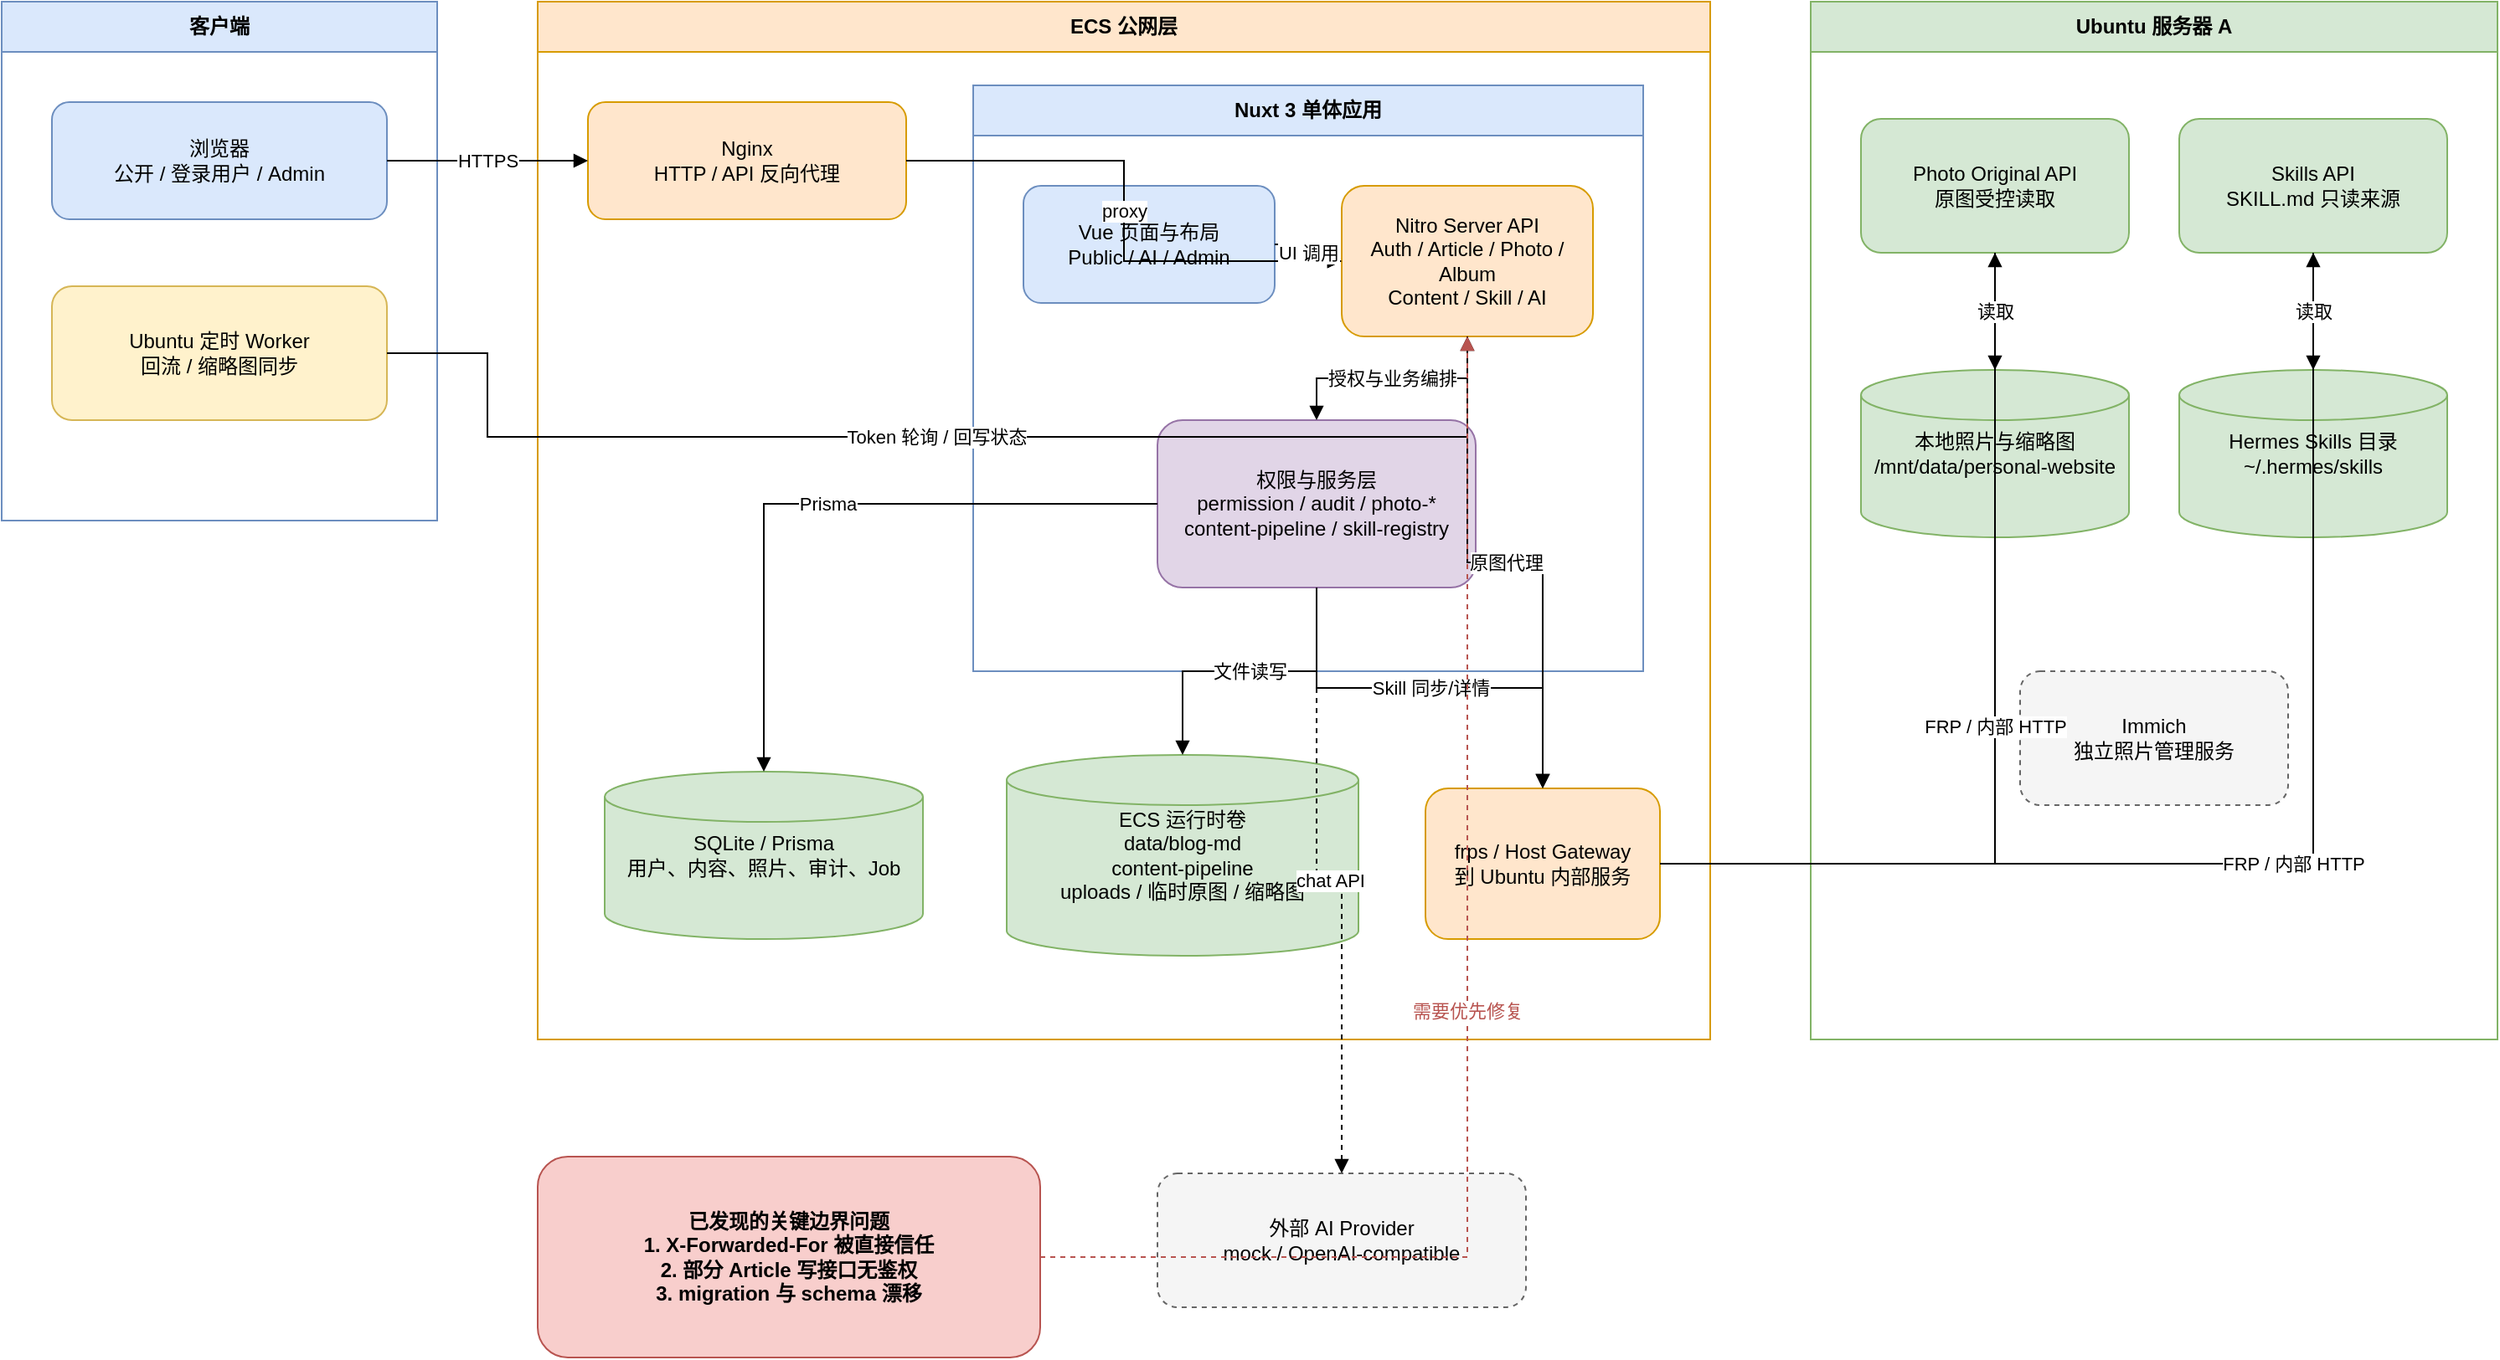
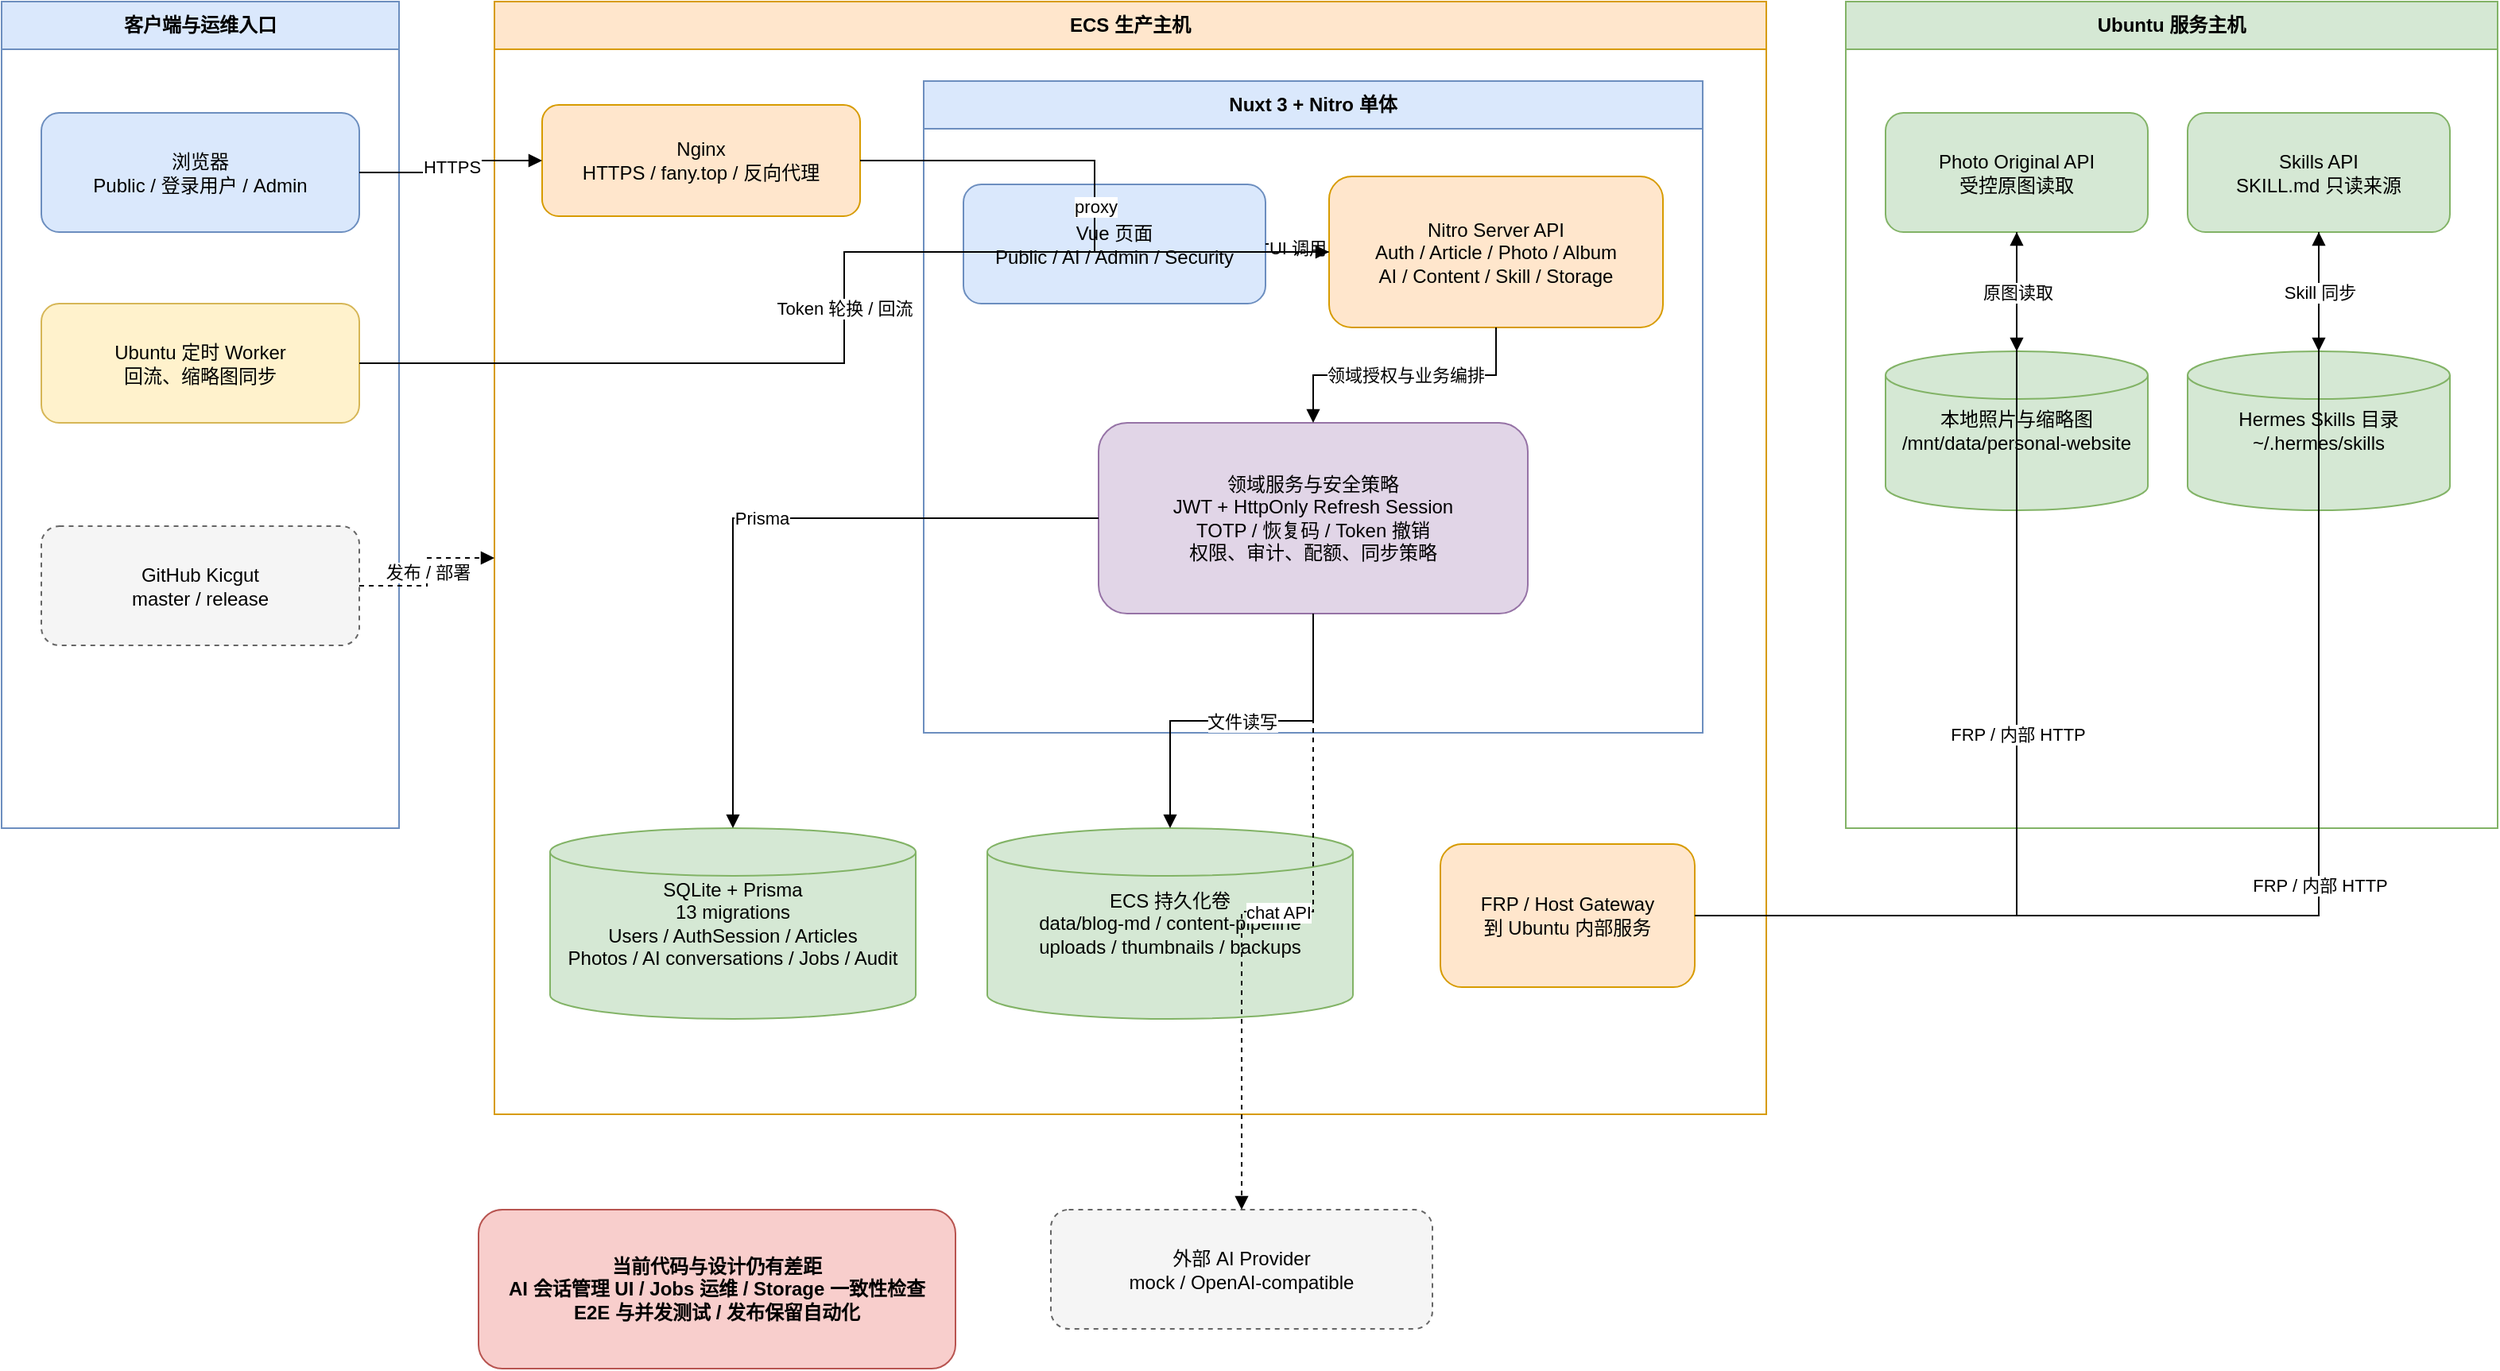
<?xml version="1.0" encoding="UTF-8"?>
<mxfile host="drawio" version="26.0.0">
  <diagram id="current-as-is" name="Current As-Is">
-     <mxGraphModel dx="1600" dy="1000" grid="1" gridSize="10" guides="1" tooltips="1" connect="1" arrows="1" fold="1" page="1" pageScale="1" pageWidth="1654" pageHeight="1169" math="0" shadow="0">
+     <mxGraphModel grid="1" gridSize="10" page="1" pageWidth="1654" pageHeight="1169" math="0" shadow="0">
      <root>
-         <mxCell id="0" />
-         <mxCell id="1" parent="0" />
-         <mxCell id="2" value="客户端" style="swimlane;startSize=30;whiteSpace=wrap;html=1;fillColor=#dae8fc;strokeColor=#6c8ebf;fontStyle=1;" vertex="1" parent="1">
-           <mxGeometry x="40" y="40" width="260" height="310" as="geometry" />
-         </mxCell>
-         <mxCell id="3" value="浏览器&#xa;公开 / 登录用户 / Admin" style="rounded=1;whiteSpace=wrap;html=1;fillColor=#dae8fc;strokeColor=#6c8ebf;" vertex="1" parent="2">
-           <mxGeometry x="30" y="60" width="200" height="70" as="geometry" />
-         </mxCell>
-         <mxCell id="4" value="Ubuntu 定时 Worker&#xa;回流 / 缩略图同步" style="rounded=1;whiteSpace=wrap;html=1;fillColor=#fff2cc;strokeColor=#d6b656;" vertex="1" parent="2">
-           <mxGeometry x="30" y="170" width="200" height="80" as="geometry" />
-         </mxCell>
-         <mxCell id="5" value="ECS 公网层" style="swimlane;startSize=30;whiteSpace=wrap;html=1;fillColor=#ffe6cc;strokeColor=#d79b00;fontStyle=1;" vertex="1" parent="1">
-           <mxGeometry x="360" y="40" width="700" height="620" as="geometry" />
-         </mxCell>
-         <mxCell id="6" value="Nginx&#xa;HTTP / API 反向代理" style="rounded=1;whiteSpace=wrap;html=1;fillColor=#ffe6cc;strokeColor=#d79b00;" vertex="1" parent="5">
-           <mxGeometry x="30" y="60" width="190" height="70" as="geometry" />
-         </mxCell>
-         <mxCell id="7" value="Nuxt 3 单体应用" style="swimlane;startSize=30;whiteSpace=wrap;html=1;fillColor=#dae8fc;strokeColor=#6c8ebf;fontStyle=1;" vertex="1" parent="5">
-           <mxGeometry x="260" y="50" width="400" height="350" as="geometry" />
-         </mxCell>
-         <mxCell id="8" value="Vue 页面与布局&#xa;Public / AI / Admin" style="rounded=1;whiteSpace=wrap;html=1;fillColor=#dae8fc;strokeColor=#6c8ebf;" vertex="1" parent="7">
-           <mxGeometry x="30" y="60" width="150" height="70" as="geometry" />
-         </mxCell>
-         <mxCell id="9" value="Nitro Server API&#xa;Auth / Article / Photo / Album&#xa;Content / Skill / AI" style="rounded=1;whiteSpace=wrap;html=1;fillColor=#ffe6cc;strokeColor=#d79b00;" vertex="1" parent="7">
-           <mxGeometry x="220" y="60" width="150" height="90" as="geometry" />
-         </mxCell>
-         <mxCell id="10" value="权限与服务层&#xa;permission / audit / photo-*&#xa;content-pipeline / skill-registry" style="rounded=1;whiteSpace=wrap;html=1;fillColor=#e1d5e7;strokeColor=#9673a6;" vertex="1" parent="7">
-           <mxGeometry x="110" y="200" width="190" height="100" as="geometry" />
-         </mxCell>
-         <mxCell id="11" value="SQLite / Prisma&#xa;用户、内容、照片、审计、Job" style="shape=cylinder3;whiteSpace=wrap;html=1;fillColor=#d5e8d4;strokeColor=#82b366;" vertex="1" parent="5">
-           <mxGeometry x="40" y="460" width="190" height="100" as="geometry" />
-         </mxCell>
-         <mxCell id="12" value="ECS 运行时卷&#xa;data/blog-md&#xa;content-pipeline&#xa;uploads / 临时原图 / 缩略图" style="shape=cylinder3;whiteSpace=wrap;html=1;fillColor=#d5e8d4;strokeColor=#82b366;" vertex="1" parent="5">
-           <mxGeometry x="280" y="450" width="210" height="120" as="geometry" />
-         </mxCell>
-         <mxCell id="13" value="frps / Host Gateway&#xa;到 Ubuntu 内部服务" style="rounded=1;whiteSpace=wrap;html=1;fillColor=#ffe6cc;strokeColor=#d79b00;" vertex="1" parent="5">
-           <mxGeometry x="530" y="470" width="140" height="90" as="geometry" />
-         </mxCell>
-         <mxCell id="14" value="Ubuntu 服务器 A" style="swimlane;startSize=30;whiteSpace=wrap;html=1;fillColor=#d5e8d4;strokeColor=#82b366;fontStyle=1;" vertex="1" parent="1">
-           <mxGeometry x="1120" y="40" width="410" height="620" as="geometry" />
-         </mxCell>
-         <mxCell id="15" value="Photo Original API&#xa;原图受控读取" style="rounded=1;whiteSpace=wrap;html=1;fillColor=#d5e8d4;strokeColor=#82b366;" vertex="1" parent="14">
-           <mxGeometry x="30" y="70" width="160" height="80" as="geometry" />
-         </mxCell>
-         <mxCell id="16" value="Skills API&#xa;SKILL.md 只读来源" style="rounded=1;whiteSpace=wrap;html=1;fillColor=#d5e8d4;strokeColor=#82b366;" vertex="1" parent="14">
-           <mxGeometry x="220" y="70" width="160" height="80" as="geometry" />
-         </mxCell>
-         <mxCell id="17" value="本地照片与缩略图&#xa;/mnt/data/personal-website" style="shape=cylinder3;whiteSpace=wrap;html=1;fillColor=#d5e8d4;strokeColor=#82b366;" vertex="1" parent="14">
-           <mxGeometry x="30" y="220" width="160" height="100" as="geometry" />
-         </mxCell>
-         <mxCell id="18" value="Hermes Skills 目录&#xa;~/.hermes/skills" style="shape=cylinder3;whiteSpace=wrap;html=1;fillColor=#d5e8d4;strokeColor=#82b366;" vertex="1" parent="14">
-           <mxGeometry x="220" y="220" width="160" height="100" as="geometry" />
-         </mxCell>
-         <mxCell id="19" value="Immich&#xa;独立照片管理服务" style="rounded=1;whiteSpace=wrap;html=1;fillColor=#f5f5f5;strokeColor=#666666;dashed=1;" vertex="1" parent="14">
-           <mxGeometry x="125" y="400" width="160" height="80" as="geometry" />
-         </mxCell>
-         <mxCell id="20" value="外部 AI Provider&#xa;mock / OpenAI-compatible" style="rounded=1;whiteSpace=wrap;html=1;fillColor=#f5f5f5;strokeColor=#666666;dashed=1;" vertex="1" parent="1">
-           <mxGeometry x="730" y="740" width="220" height="80" as="geometry" />
-         </mxCell>
-         <mxCell id="21" value="已发现的关键边界问题&#xa;1. X-Forwarded-For 被直接信任&#xa;2. 部分 Article 写接口无鉴权&#xa;3. migration 与 schema 漂移" style="rounded=1;whiteSpace=wrap;html=1;fillColor=#f8cecc;strokeColor=#b85450;fontStyle=1;" vertex="1" parent="1">
-           <mxGeometry x="360" y="730" width="300" height="120" as="geometry" />
-         </mxCell>
-         <mxCell id="30" value="HTTPS" style="edgeStyle=orthogonalEdgeStyle;rounded=0;orthogonalLoop=1;jettySize=auto;html=1;endArrow=block;" edge="1" parent="1" source="3" target="6">
-           <mxGeometry relative="1" as="geometry" />
-         </mxCell>
-         <mxCell id="31" value="proxy" style="edgeStyle=orthogonalEdgeStyle;rounded=0;orthogonalLoop=1;jettySize=auto;html=1;endArrow=block;" edge="1" parent="1" source="6" target="9">
-           <mxGeometry relative="1" as="geometry" />
-         </mxCell>
-         <mxCell id="32" value="UI 调用" style="edgeStyle=orthogonalEdgeStyle;rounded=0;orthogonalLoop=1;jettySize=auto;html=1;endArrow=block;" edge="1" parent="1" source="8" target="9">
-           <mxGeometry relative="1" as="geometry" />
-         </mxCell>
-         <mxCell id="33" value="授权与业务编排" style="edgeStyle=orthogonalEdgeStyle;rounded=0;orthogonalLoop=1;jettySize=auto;html=1;endArrow=block;" edge="1" parent="1" source="9" target="10">
-           <mxGeometry relative="1" as="geometry" />
-         </mxCell>
-         <mxCell id="34" value="Prisma" style="edgeStyle=orthogonalEdgeStyle;rounded=0;orthogonalLoop=1;jettySize=auto;html=1;endArrow=block;" edge="1" parent="1" source="10" target="11">
-           <mxGeometry relative="1" as="geometry" />
-         </mxCell>
-         <mxCell id="35" value="文件读写" style="edgeStyle=orthogonalEdgeStyle;rounded=0;orthogonalLoop=1;jettySize=auto;html=1;endArrow=block;" edge="1" parent="1" source="10" target="12">
-           <mxGeometry relative="1" as="geometry" />
-         </mxCell>
-         <mxCell id="36" value="FRP / 内部 HTTP" style="edgeStyle=orthogonalEdgeStyle;rounded=0;orthogonalLoop=1;jettySize=auto;html=1;endArrow=block;" edge="1" parent="1" source="13" target="15">
-           <mxGeometry relative="1" as="geometry" />
-         </mxCell>
-         <mxCell id="37" value="FRP / 内部 HTTP" style="edgeStyle=orthogonalEdgeStyle;rounded=0;orthogonalLoop=1;jettySize=auto;html=1;endArrow=block;" edge="1" parent="1" source="13" target="16">
-           <mxGeometry relative="1" as="geometry" />
-         </mxCell>
-         <mxCell id="38" value="原图代理" style="edgeStyle=orthogonalEdgeStyle;rounded=0;orthogonalLoop=1;jettySize=auto;html=1;endArrow=block;" edge="1" parent="1" source="9" target="13">
-           <mxGeometry relative="1" as="geometry" />
-         </mxCell>
-         <mxCell id="39" value="Skill 同步/详情" style="edgeStyle=orthogonalEdgeStyle;rounded=0;orthogonalLoop=1;jettySize=auto;html=1;endArrow=block;" edge="1" parent="1" source="10" target="13">
-           <mxGeometry relative="1" as="geometry" />
-         </mxCell>
-         <mxCell id="40" value="读取" style="edgeStyle=orthogonalEdgeStyle;rounded=0;orthogonalLoop=1;jettySize=auto;html=1;endArrow=block;" edge="1" parent="1" source="15" target="17">
-           <mxGeometry relative="1" as="geometry" />
-         </mxCell>
-         <mxCell id="41" value="读取" style="edgeStyle=orthogonalEdgeStyle;rounded=0;orthogonalLoop=1;jettySize=auto;html=1;endArrow=block;" edge="1" parent="1" source="16" target="18">
-           <mxGeometry relative="1" as="geometry" />
-         </mxCell>
-         <mxCell id="42" value="Token 轮询 / 回写状态" style="edgeStyle=orthogonalEdgeStyle;rounded=0;orthogonalLoop=1;jettySize=auto;html=1;endArrow=block;" edge="1" parent="1" source="4" target="9">
-           <mxGeometry relative="1" as="geometry">
-             <Array as="points">
-               <mxPoint x="330" y="250" />
-               <mxPoint x="330" y="300" />
-             </Array>
-           </mxGeometry>
-         </mxCell>
-         <mxCell id="43" value="chat API" style="edgeStyle=orthogonalEdgeStyle;rounded=0;orthogonalLoop=1;jettySize=auto;html=1;endArrow=block;dashed=1;" edge="1" parent="1" source="10" target="20">
-           <mxGeometry relative="1" as="geometry" />
-         </mxCell>
-         <mxCell id="44" value="需要优先修复" style="edgeStyle=orthogonalEdgeStyle;rounded=0;orthogonalLoop=1;jettySize=auto;html=1;endArrow=block;strokeColor=#b85450;fontColor=#b85450;dashed=1;" edge="1" parent="1" source="21" target="9">
-           <mxGeometry relative="1" as="geometry" />
-         </mxCell>
+         <mxCell id="0"/><mxCell id="1" parent="0"/>
+         <mxCell id="client" value="客户端与运维入口" style="swimlane;startSize=30;whiteSpace=wrap;html=1;fillColor=#dae8fc;strokeColor=#6c8ebf;fontStyle=1" vertex="1" parent="1"><mxGeometry x="30" y="30" width="250" height="520" as="geometry"/></mxCell>
+         <mxCell id="browser" value="浏览器&#xa;Public / 登录用户 / Admin" style="rounded=1;whiteSpace=wrap;html=1;fillColor=#dae8fc;strokeColor=#6c8ebf" vertex="1" parent="client"><mxGeometry x="25" y="70" width="200" height="75" as="geometry"/></mxCell>
+         <mxCell id="worker" value="Ubuntu 定时 Worker&#xa;回流、缩略图同步" style="rounded=1;whiteSpace=wrap;html=1;fillColor=#fff2cc;strokeColor=#d6b656" vertex="1" parent="client"><mxGeometry x="25" y="190" width="200" height="75" as="geometry"/></mxCell>
+         <mxCell id="git" value="GitHub Kicgut&#xa;master / release" style="rounded=1;whiteSpace=wrap;html=1;fillColor=#f5f5f5;strokeColor=#666666;dashed=1" vertex="1" parent="client"><mxGeometry x="25" y="330" width="200" height="75" as="geometry"/></mxCell>
+         <mxCell id="ecs" value="ECS 生产主机" style="swimlane;startSize=30;whiteSpace=wrap;html=1;fillColor=#ffe6cc;strokeColor=#d79b00;fontStyle=1" vertex="1" parent="1"><mxGeometry x="340" y="30" width="800" height="700" as="geometry"/></mxCell>
+         <mxCell id="nginx" value="Nginx&#xa;HTTPS / fany.top / 反向代理" style="rounded=1;whiteSpace=wrap;html=1;fillColor=#ffe6cc;strokeColor=#d79b00" vertex="1" parent="ecs"><mxGeometry x="30" y="65" width="200" height="70" as="geometry"/></mxCell>
+         <mxCell id="nuxt" value="Nuxt 3 + Nitro 单体" style="swimlane;startSize=30;whiteSpace=wrap;html=1;fillColor=#dae8fc;strokeColor=#6c8ebf;fontStyle=1" vertex="1" parent="ecs"><mxGeometry x="270" y="50" width="490" height="410" as="geometry"/></mxCell>
+         <mxCell id="ui" value="Vue 页面&#xa;Public / AI / Admin / Security" style="rounded=1;whiteSpace=wrap;html=1;fillColor=#dae8fc;strokeColor=#6c8ebf" vertex="1" parent="nuxt"><mxGeometry x="25" y="65" width="190" height="75" as="geometry"/></mxCell>
+         <mxCell id="api" value="Nitro Server API&#xa;Auth / Article / Photo / Album&#xa;AI / Content / Skill / Storage" style="rounded=1;whiteSpace=wrap;html=1;fillColor=#ffe6cc;strokeColor=#d79b00" vertex="1" parent="nuxt"><mxGeometry x="255" y="60" width="210" height="95" as="geometry"/></mxCell>
+         <mxCell id="services" value="领域服务与安全策略&#xa;JWT + HttpOnly Refresh Session&#xa;TOTP / 恢复码 / Token 撤销&#xa;权限、审计、配额、同步策略" style="rounded=1;whiteSpace=wrap;html=1;fillColor=#e1d5e7;strokeColor=#9673a6" vertex="1" parent="nuxt"><mxGeometry x="110" y="215" width="270" height="120" as="geometry"/></mxCell>
+         <mxCell id="db" value="SQLite + Prisma&#xa;13 migrations&#xa;Users / AuthSession / Articles&#xa;Photos / AI conversations / Jobs / Audit" style="shape=cylinder3;whiteSpace=wrap;html=1;fillColor=#d5e8d4;strokeColor=#82b366" vertex="1" parent="ecs"><mxGeometry x="35" y="520" width="230" height="120" as="geometry"/></mxCell>
+         <mxCell id="volumes" value="ECS 持久化卷&#xa;data/blog-md / content-pipeline&#xa;uploads / thumbnails / backups" style="shape=cylinder3;whiteSpace=wrap;html=1;fillColor=#d5e8d4;strokeColor=#82b366" vertex="1" parent="ecs"><mxGeometry x="310" y="520" width="230" height="120" as="geometry"/></mxCell>
+         <mxCell id="frp" value="FRP / Host Gateway&#xa;到 Ubuntu 内部服务" style="rounded=1;whiteSpace=wrap;html=1;fillColor=#ffe6cc;strokeColor=#d79b00" vertex="1" parent="ecs"><mxGeometry x="595" y="530" width="160" height="90" as="geometry"/></mxCell>
+         <mxCell id="ubuntu" value="Ubuntu 服务主机" style="swimlane;startSize=30;whiteSpace=wrap;html=1;fillColor=#d5e8d4;strokeColor=#82b366;fontStyle=1" vertex="1" parent="1"><mxGeometry x="1190" y="30" width="410" height="520" as="geometry"/></mxCell>
+         <mxCell id="photoapi" value="Photo Original API&#xa;受控原图读取" style="rounded=1;whiteSpace=wrap;html=1;fillColor=#d5e8d4;strokeColor=#82b366" vertex="1" parent="ubuntu"><mxGeometry x="25" y="70" width="165" height="75" as="geometry"/></mxCell>
+         <mxCell id="skillsapi" value="Skills API&#xa;SKILL.md 只读来源" style="rounded=1;whiteSpace=wrap;html=1;fillColor=#d5e8d4;strokeColor=#82b366" vertex="1" parent="ubuntu"><mxGeometry x="215" y="70" width="165" height="75" as="geometry"/></mxCell>
+         <mxCell id="photos" value="本地照片与缩略图&#xa;/mnt/data/personal-website" style="shape=cylinder3;whiteSpace=wrap;html=1;fillColor=#d5e8d4;strokeColor=#82b366" vertex="1" parent="ubuntu"><mxGeometry x="25" y="220" width="165" height="100" as="geometry"/></mxCell>
+         <mxCell id="hermes" value="Hermes Skills 目录&#xa;~/.hermes/skills" style="shape=cylinder3;whiteSpace=wrap;html=1;fillColor=#d5e8d4;strokeColor=#82b366" vertex="1" parent="ubuntu"><mxGeometry x="215" y="220" width="165" height="100" as="geometry"/></mxCell>
+         <mxCell id="ai" value="外部 AI Provider&#xa;mock / OpenAI-compatible" style="rounded=1;whiteSpace=wrap;html=1;fillColor=#f5f5f5;strokeColor=#666666;dashed=1" vertex="1" parent="1"><mxGeometry x="690" y="790" width="240" height="75" as="geometry"/></mxCell>
+         <mxCell id="drift" value="当前代码与设计仍有差距&#xa;AI 会话管理 UI / Jobs 运维 / Storage 一致性检查&#xa;E2E 与并发测试 / 发布保留自动化" style="rounded=1;whiteSpace=wrap;html=1;fillColor=#f8cecc;strokeColor=#b85450;fontStyle=1" vertex="1" parent="1"><mxGeometry x="330" y="790" width="300" height="100" as="geometry"/></mxCell>
+         <mxCell id="e1" value="HTTPS" style="edgeStyle=orthogonalEdgeStyle;rounded=0;html=1;endArrow=block" edge="1" parent="1" source="browser" target="nginx"><mxGeometry relative="1" as="geometry"/></mxCell>
+         <mxCell id="e2" value="proxy" style="edgeStyle=orthogonalEdgeStyle;rounded=0;html=1;endArrow=block" edge="1" parent="1" source="nginx" target="api"><mxGeometry relative="1" as="geometry"/></mxCell>
+         <mxCell id="e3" value="UI 调用" style="edgeStyle=orthogonalEdgeStyle;rounded=0;html=1;endArrow=block" edge="1" parent="1" source="ui" target="api"><mxGeometry relative="1" as="geometry"/></mxCell>
+         <mxCell id="e4" value="领域授权与业务编排" style="edgeStyle=orthogonalEdgeStyle;rounded=0;html=1;endArrow=block" edge="1" parent="1" source="api" target="services"><mxGeometry relative="1" as="geometry"/></mxCell>
+         <mxCell id="e5" value="Prisma" style="edgeStyle=orthogonalEdgeStyle;rounded=0;html=1;endArrow=block" edge="1" parent="1" source="services" target="db"><mxGeometry relative="1" as="geometry"/></mxCell>
+         <mxCell id="e6" value="文件读写" style="edgeStyle=orthogonalEdgeStyle;rounded=0;html=1;endArrow=block" edge="1" parent="1" source="services" target="volumes"><mxGeometry relative="1" as="geometry"/></mxCell>
+         <mxCell id="e7" value="FRP / 内部 HTTP" style="edgeStyle=orthogonalEdgeStyle;rounded=0;html=1;endArrow=block" edge="1" parent="1" source="frp" target="photoapi"><mxGeometry relative="1" as="geometry"/></mxCell>
+         <mxCell id="e8" value="FRP / 内部 HTTP" style="edgeStyle=orthogonalEdgeStyle;rounded=0;html=1;endArrow=block" edge="1" parent="1" source="frp" target="skillsapi"><mxGeometry relative="1" as="geometry"/></mxCell>
+         <mxCell id="e9" value="原图读取" style="edgeStyle=orthogonalEdgeStyle;rounded=0;html=1;endArrow=block" edge="1" parent="1" source="photoapi" target="photos"><mxGeometry relative="1" as="geometry"/></mxCell>
+         <mxCell id="e10" value="Skill 同步" style="edgeStyle=orthogonalEdgeStyle;rounded=0;html=1;endArrow=block" edge="1" parent="1" source="skillsapi" target="hermes"><mxGeometry relative="1" as="geometry"/></mxCell>
+         <mxCell id="e11" value="Token 轮换 / 回流" style="edgeStyle=orthogonalEdgeStyle;rounded=0;html=1;endArrow=block" edge="1" parent="1" source="worker" target="api"><mxGeometry relative="1" as="geometry"/></mxCell>
+         <mxCell id="e12" value="chat API" style="edgeStyle=orthogonalEdgeStyle;rounded=0;html=1;endArrow=block;dashed=1" edge="1" parent="1" source="services" target="ai"><mxGeometry relative="1" as="geometry"/></mxCell>
+         <mxCell id="e13" value="发布 / 部署" style="edgeStyle=orthogonalEdgeStyle;rounded=0;html=1;endArrow=block;dashed=1" edge="1" parent="1" source="git" target="ecs"><mxGeometry relative="1" as="geometry"/></mxCell>
      </root>
    </mxGraphModel>
  </diagram>
</mxfile>
